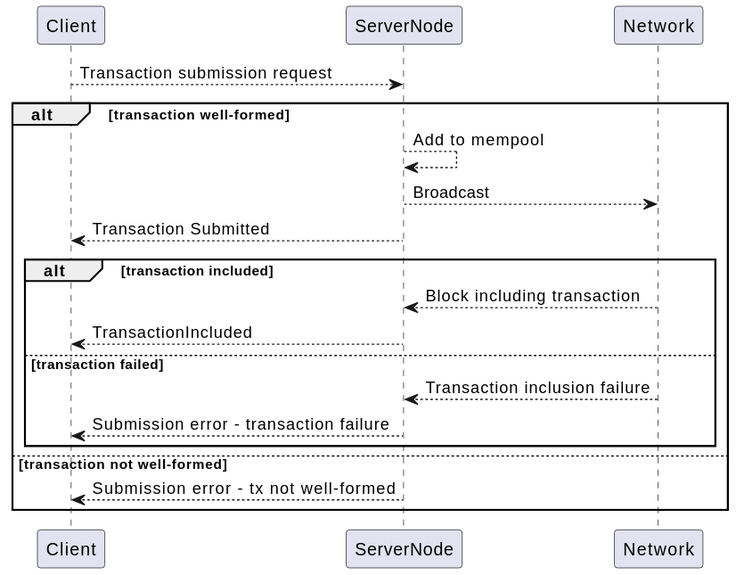
midnightntwrk/midnight-architecture keeps this PlantUML diagram as apis-and-common-types/transaction-submission/sequence.svg. Above is the earlier version.
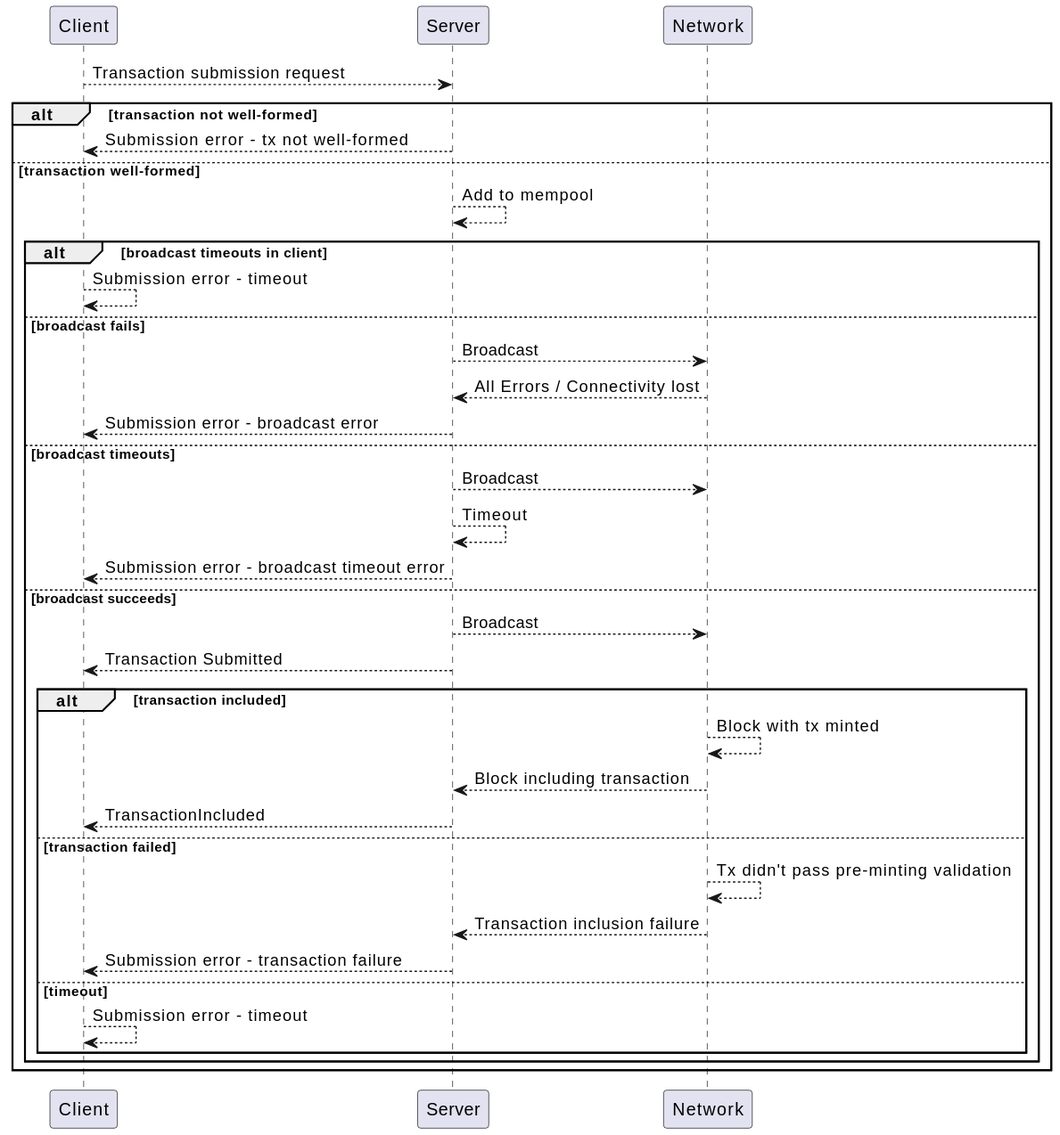
After the change.

Commit message:
Render updated diagram

Change to the diagram source:
```diff
@@ -1,19 +1,35 @@
 @startuml
 
-Client --> ServerNode : Transaction submission request
+Client --> Server : Transaction submission request
 
-alt transaction well-formed
-    ServerNode --> ServerNode : Add to mempool
-    ServerNode --> Network : Broadcast
-    Client <-- ServerNode : Transaction Submitted
-    alt transaction included
-        ServerNode <-- Network : Block including transaction
-        Client <-- ServerNode : TransactionIncluded
-    else transaction failed
-        ServerNode <-- Network : Transaction inclusion failure
-        Client <-- ServerNode : Submission error - transaction failure
+alt transaction not well-formed
+        Client <-- Server : Submission error - tx not well-formed
+else transaction well-formed
+    Server --> Server : Add to mempool
+    alt broadcast timeouts in client
+        Client --> Client : Submission error - timeout
+    else broadcast fails
+        Server --> Network : Broadcast
+        Server <-- Network : All Errors / Connectivity lost
+        Client <-- Server : Submission error - broadcast error
+    else broadcast timeouts
+        Server --> Network : Broadcast
+        Server --> Server : Timeout
+        Client <-- Server : Submission error - broadcast timeout error
+    else broadcast succeeds
+        Server --> Network : Broadcast
+        Client <-- Server : Transaction Submitted
+        alt transaction included
+            Network --> Network : Block with tx minted
+            Server <-- Network : Block including transaction
+            Client <-- Server : TransactionIncluded
+        else transaction failed
+            Network --> Network : Tx didn't pass pre-minting validation
+            Server <-- Network : Transaction inclusion failure
+            Client <-- Server : Submission error - transaction failure
+        else timeout
+            Client --> Client : Submission error - timeout
+        end
     end
-else transaction not well-formed
-    Client <-- ServerNode : Submission error - tx not well-formed
 end
 @enduml
```
